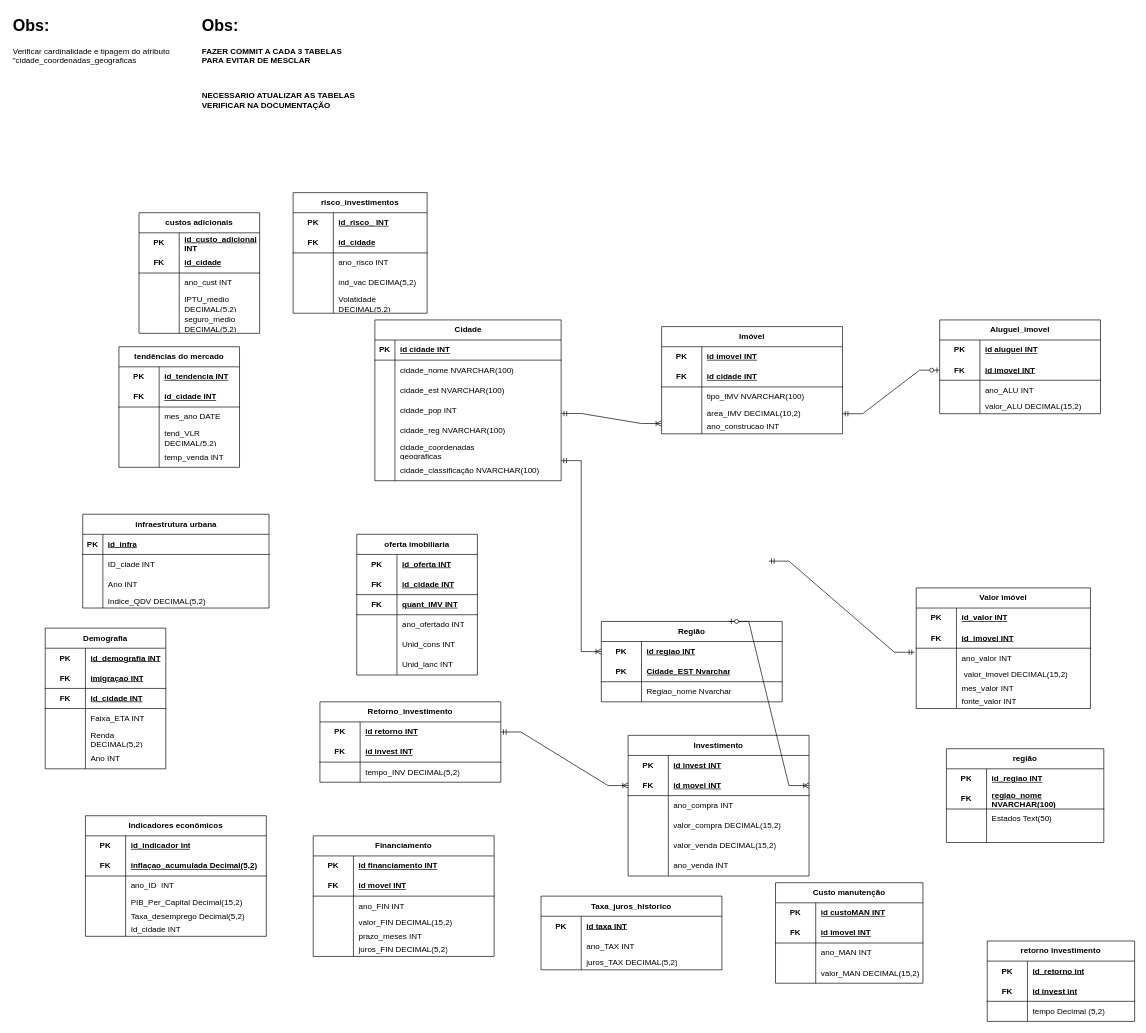
Before: GroupBy.drawio in Guilherme22B/Group_by, a draw.io diagram. Source tidied: cells renumbered, new cells numbered last; positions are measured from the earlier drawing's top-left corner, leaving out a move shared by most shapes. Both pictures are drawn from the tidied source at 67%, with x=0, y=0 at pixel (11, 11).
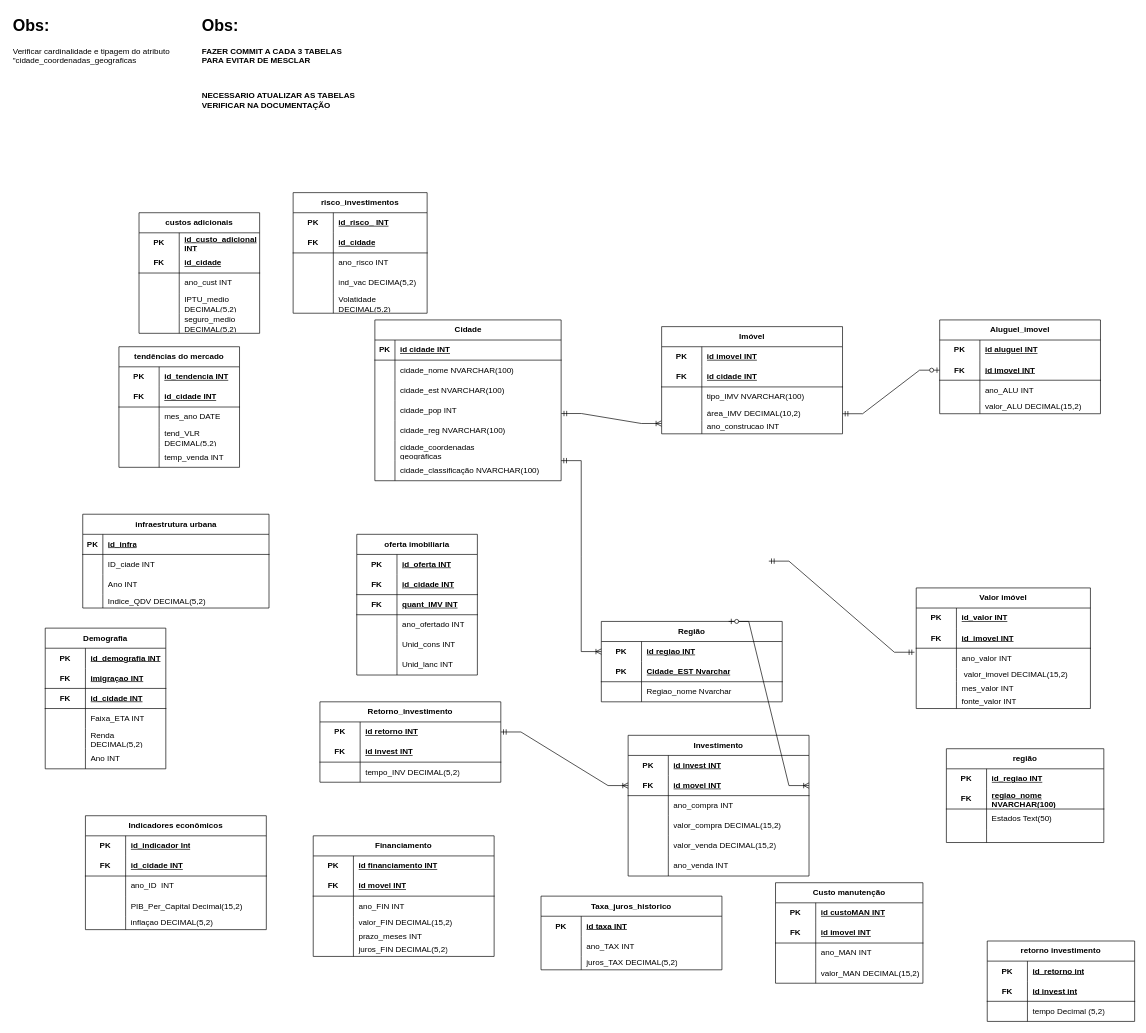
The same diagram, later.

Commit message:
tabela 11 alterado

The change refers to these unchanged cells:
```xml
<mxCell id="189" style="shape=tableRow;horizontal=0;startSize=0;swimlaneHead=0;swimlaneBody=0;fillColor=none;top=0;left=0;right=0;bottom=1;html=1;" parent="185" vertex="1">
  <mxGeometry y="60" width="270" height="30" as="geometry" />
</mxCell>
```

The edit, as a diff of the source:
```diff
@@
     <mxCell id="185" value="Indicadores econômicos" style="shape=table;startSize=30;childLayout=tableLayout;rowLines=0;fontStyle=1;align=center;html=1;whiteSpace=wrap;" parent="1" vertex="1">
-      <mxGeometry x="110" y="1200" width="270" height="180" as="geometry" />
+      <mxGeometry x="110" y="1200" width="270" height="170" as="geometry" />
     </mxCell>
@@
-    <mxCell id="191" value="inflaçao_acumulada Decimal(5,2)" style="shape=partialRectangle;fillColor=none;top=0;left=0;bottom=0;right=0;align=left;spacingLeft=6;fontStyle=5;overflow=hidden;html=1;whiteSpace=wrap;" parent="189" vertex="1">
+    <mxCell id="191" value="id_cidade INT" style="shape=partialRectangle;fillColor=none;top=0;left=0;bottom=0;right=0;align=left;spacingLeft=6;fontStyle=5;overflow=hidden;html=1;whiteSpace=wrap;" parent="189" vertex="1">
       <mxGeometry x="60" width="210" height="30" as="geometry" />
     </mxCell>
@@
     <mxCell id="195" style="shape=tableRow;horizontal=0;startSize=0;swimlaneHead=0;swimlaneBody=0;fillColor=none;top=0;left=0;right=0;bottom=0;html=1;" parent="185" vertex="1">
-      <mxGeometry y="120" width="270" height="20" as="geometry" />
+      <mxGeometry y="120" width="270" height="30" as="geometry" />
     </mxCell>
     <mxCell id="196" style="shape=partialRectangle;fillColor=none;top=0;left=0;bottom=0;right=0;overflow=hidden;html=1;whiteSpace=wrap;" parent="195" vertex="1">
-      <mxGeometry width="60" height="20" as="geometry" />
+      <mxGeometry width="60" height="30" as="geometry" />
     </mxCell>
     <mxCell id="197" value="PIB_Per_Capital Decimal(15,2)" style="shape=partialRectangle;fillColor=none;top=0;left=0;bottom=0;right=0;align=left;spacingLeft=6;overflow=hidden;html=1;whiteSpace=wrap;" parent="195" vertex="1">
-      <mxGeometry x="60" width="210" height="20" as="geometry" />
+      <mxGeometry x="60" width="210" height="30" as="geometry" />
     </mxCell>
     <mxCell id="198" style="shape=tableRow;horizontal=0;startSize=0;swimlaneHead=0;swimlaneBody=0;fillColor=none;top=0;left=0;right=0;bottom=0;html=1;" parent="185" vertex="1">
-      <mxGeometry y="140" width="270" height="20" as="geometry" />
+      <mxGeometry y="150" width="270" height="20" as="geometry" />
     </mxCell>
@@
-    <mxCell id="200" value="Taxa_desemprego Decimal(5,2)" style="shape=partialRectangle;fillColor=none;top=0;left=0;bottom=0;right=0;align=left;spacingLeft=6;overflow=hidden;html=1;whiteSpace=wrap;" parent="198" vertex="1">
+    <mxCell id="200" value="inflaçao DECIMAL(5,2)" style="shape=partialRectangle;fillColor=none;top=0;left=0;bottom=0;right=0;align=left;spacingLeft=6;overflow=hidden;html=1;whiteSpace=wrap;" parent="198" vertex="1">
       <mxGeometry x="60" width="210" height="20" as="geometry" />
     </mxCell>
-    <mxCell id="201" style="shape=tableRow;horizontal=0;startSize=0;swimlaneHead=0;swimlaneBody=0;fillColor=none;top=0;left=0;right=0;bottom=0;html=1;" parent="185" vertex="1">
-      <mxGeometry y="160" width="270" height="20" as="geometry" />
-    </mxCell>
-    <mxCell id="202" style="shape=partialRectangle;fillColor=none;top=0;left=0;bottom=0;right=0;overflow=hidden;html=1;whiteSpace=wrap;" parent="201" vertex="1">
-      <mxGeometry width="60" height="20" as="geometry" />
-    </mxCell>
-    <mxCell id="203" value="Id_cidade INT" style="shape=partialRectangle;fillColor=none;top=0;left=0;bottom=0;right=0;align=left;spacingLeft=6;overflow=hidden;html=1;whiteSpace=wrap;" parent="201" vertex="1">
-      <mxGeometry x="60" width="210" height="20" as="geometry" />
-    </mxCell>
```
